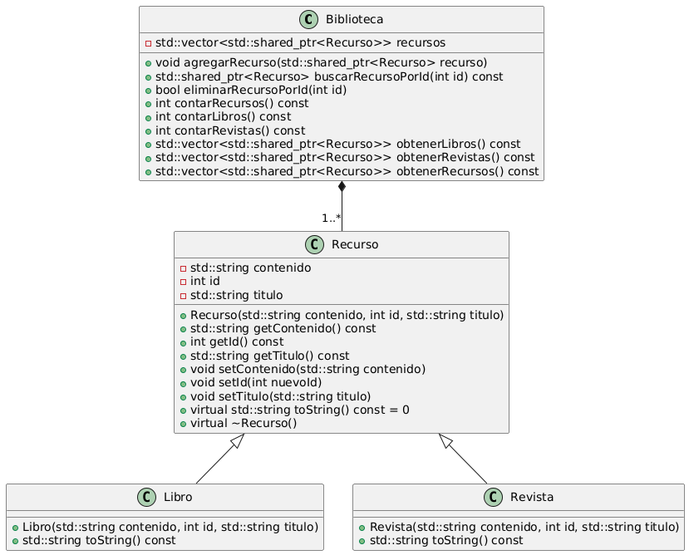
Earlier version of the PlantUML export diagrama_uml.png (IsabellaJimenez21/Avance). Source of this version:
```plantuml
@startuml
class Biblioteca {
    - std::vector<std::shared_ptr<Recurso>> recursos

    + void agregarRecurso(std::shared_ptr<Recurso> recurso)
    + std::shared_ptr<Recurso> buscarRecursoPorId(int id) const
    + bool eliminarRecursoPorId(int id)
    + int contarRecursos() const
    + int contarLibros() const
    + int contarRevistas() const
    + std::vector<std::shared_ptr<Recurso>> obtenerLibros() const
    + std::vector<std::shared_ptr<Recurso>> obtenerRevistas() const
    + std::vector<std::shared_ptr<Recurso>> obtenerRecursos() const
}

class Recurso {
    - std::string contenido
    - int id
    - std::string titulo

    + Recurso(std::string contenido, int id, std::string titulo)
    + std::string getContenido() const
    + int getId() const
    + std::string getTitulo() const
    + void setContenido(std::string contenido)
    + void setId(int nuevoId)
    + void setTitulo(std::string titulo)
    + virtual std::string toString() const = 0
    + virtual ~Recurso()
}

class Libro {
    + Libro(std::string contenido, int id, std::string titulo)
    + std::string toString() const
}

class Revista {
    + Revista(std::string contenido, int id, std::string titulo)
    + std::string toString() const
}

Recurso <|-- Libro
Recurso <|-- Revista
Biblioteca *-- "1..*" Recurso
@enduml
```
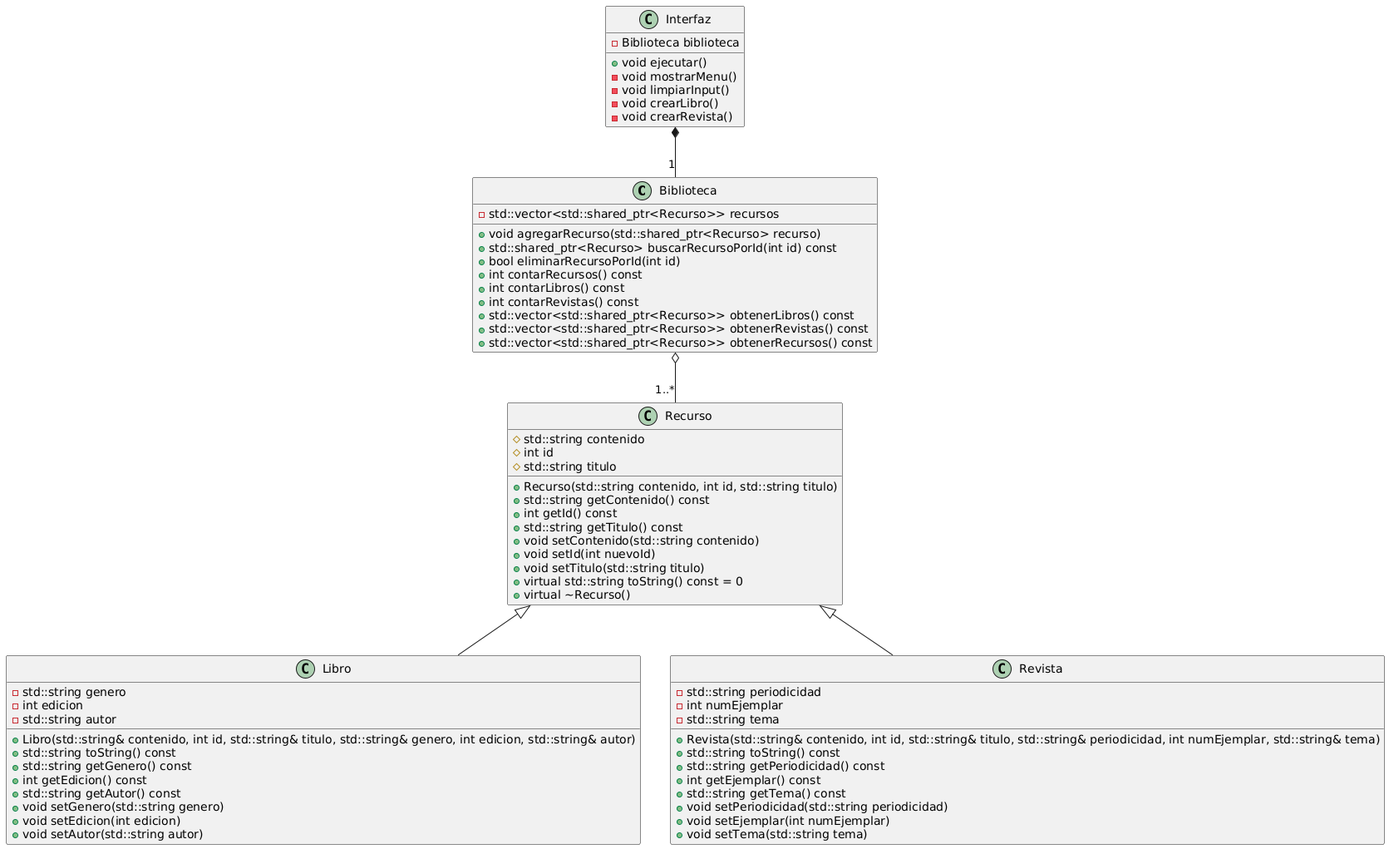
The same diagram one commit later.

Commit message:
Menu creado para la interfaz de biblioteca y actualizado el diagrama de clases

Change to the diagram source:
```diff
@@ -14,9 +14,9 @@
 }
 
 class Recurso {
-    - std::string contenido
-    - int id
-    - std::string titulo
+    # std::string contenido
+    # int id
+    # std::string titulo
 
     + Recurso(std::string contenido, int id, std::string titulo)
     + std::string getContenido() const
@@ -30,16 +30,47 @@
 }
 
 class Libro {
-    + Libro(std::string contenido, int id, std::string titulo)
+    - std::string genero
+    - int edicion
+    - std::string autor
+
+    + Libro(std::string& contenido, int id, std::string& titulo, std::string& genero, int edicion, std::string& autor)
     + std::string toString() const
+    + std::string getGenero() const
+    + int getEdicion() const
+    + std::string getAutor() const
+    + void setGenero(std::string genero)
+    + void setEdicion(int edicion)
+    + void setAutor(std::string autor)
 }
 
 class Revista {
-    + Revista(std::string contenido, int id, std::string titulo)
+    - std::string periodicidad
+    - int numEjemplar
+    - std::string tema
+
+    + Revista(std::string& contenido, int id, std::string& titulo, std::string& periodicidad, int numEjemplar, std::string& tema)
     + std::string toString() const
+    + std::string getPeriodicidad() const
+    + int getEjemplar() const
+    + std::string getTema() const
+    + void setPeriodicidad(std::string periodicidad)
+    + void setEjemplar(int numEjemplar)
+    + void setTema(std::string tema)
+}
+
+class Interfaz {
+    - Biblioteca biblioteca
+
+    + void ejecutar()
+    - void mostrarMenu()
+    - void limpiarInput()
+    - void crearLibro()
+    - void crearRevista()
 }
 
 Recurso <|-- Libro
 Recurso <|-- Revista
-Biblioteca *-- "1..*" Recurso
+Biblioteca o-- "1..*" Recurso
+Interfaz *-- "1" Biblioteca
 @enduml
```
